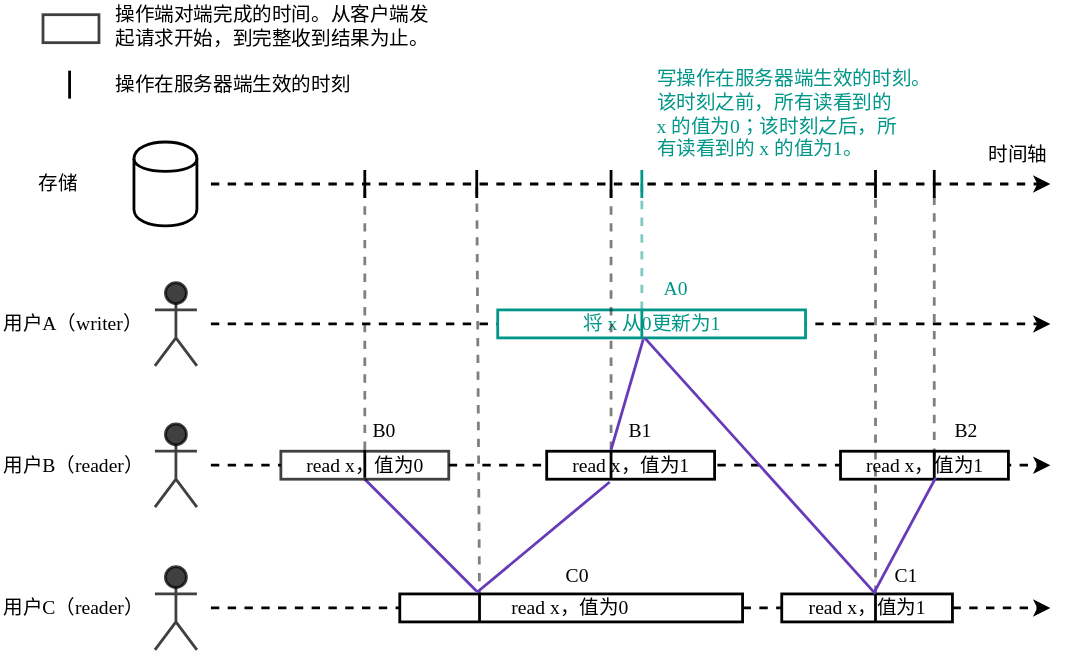
Before: images/linearizability/linearizability.svg, a diagram exported from draw.io (hryang/hryang.github.io). Source tidied: cells renumbered, new cells last; positions are measured from the earlier drawing's top-left corner, leaving out a move shared by most shapes.
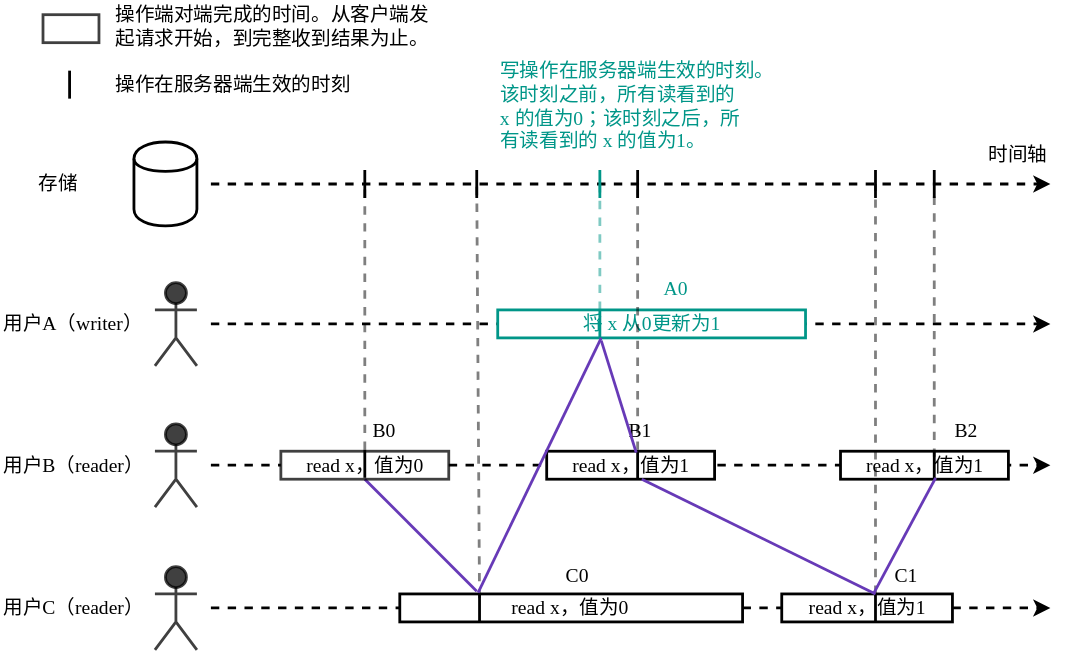
Above is the later version.

Change to the diagram source:
```diff
@@ -90,24 +90,24 @@
     </mxCell>
     <mxCell id="25" style="endArrow=none;html=1;strokeColor=#009688;strokeWidth=2;fontFamily=Helvetica;fontSize=14;fontColor=#FFFFFF;opacity=50;dashed=1;" parent="1" edge="1">
       <mxGeometry relative="1" as="geometry">
-        <mxPoint x="458" y="221" as="sourcePoint" />
-        <mxPoint x="458" y="131" as="targetPoint" />
+        <mxPoint x="428" y="221" as="sourcePoint" />
+        <mxPoint x="428" y="131" as="targetPoint" />
       </mxGeometry>
     </mxCell>
     <mxCell id="26" style="endArrow=none;html=1;strokeColor=#009688;strokeWidth=2;fontFamily=Helvetica;fontSize=14;fontColor=#FFFFFF;" parent="1" edge="1">
       <mxGeometry relative="1" as="geometry">
-        <mxPoint x="458" y="241" as="sourcePoint" />
-        <mxPoint x="458" y="221" as="targetPoint" />
+        <mxPoint x="428" y="241" as="sourcePoint" />
+        <mxPoint x="428" y="221" as="targetPoint" />
       </mxGeometry>
     </mxCell>
     <mxCell id="27" style="endArrow=none;html=1;strokeColor=#009688;strokeWidth=2;fontFamily=Helvetica;fontSize=14;fontColor=#FFFFFF;" parent="1" edge="1">
       <mxGeometry relative="1" as="geometry">
-        <mxPoint x="458" y="141" as="sourcePoint" />
-        <mxPoint x="458" y="121" as="targetPoint" />
+        <mxPoint x="428" y="141" as="sourcePoint" />
+        <mxPoint x="428" y="121" as="targetPoint" />
       </mxGeometry>
     </mxCell>
     <mxCell id="28" value="&lt;font color=&quot;#009688&quot;&gt;写操作在服务器端生效的时刻。&lt;/font&gt;&lt;div&gt;&lt;font color=&quot;#009688&quot;&gt;该时刻之前，所有读看到的&lt;/font&gt;&lt;/div&gt;&lt;div&gt;&lt;font color=&quot;#009688&quot;&gt;x 的值为0；该时刻之后，所&lt;/font&gt;&lt;/div&gt;&lt;div&gt;&lt;font color=&quot;#009688&quot;&gt;有读看到的 x 的值为1。&lt;/font&gt;&lt;/div&gt;" style="text;html=1;align=left;verticalAlign=top;spacingTop=-4;fontSize=14;fontFamily=Verdana;fontColor=#FF5722;" parent="1" vertex="1">
-      <mxGeometry x="467" y="46" width="210" height="70" as="geometry" />
+      <mxGeometry x="355" y="40" width="210" height="70" as="geometry" />
     </mxCell>
     <mxCell id="29" value="&lt;font color=&quot;#000000&quot;&gt;存储&lt;/font&gt;" style="text;html=1;align=left;verticalAlign=top;spacingTop=-4;fontSize=14;fontFamily=Verdana;fontColor=#FF5722;" parent="1" vertex="1">
       <mxGeometry x="25" y="121" width="40" height="20" as="geometry" />
@@ -147,20 +147,20 @@
     </mxCell>
     <mxCell id="37" style="endArrow=none;html=1;strokeColor=#000000;strokeWidth=2;fontFamily=Helvetica;fontSize=14;fontColor=#FFFFFF;" parent="1" edge="1">
       <mxGeometry relative="1" as="geometry">
-        <mxPoint x="436" y="342" as="sourcePoint" />
-        <mxPoint x="436" y="322" as="targetPoint" />
+        <mxPoint x="455" y="342" as="sourcePoint" />
+        <mxPoint x="455" y="322" as="targetPoint" />
       </mxGeometry>
     </mxCell>
     <mxCell id="38" style="endArrow=none;html=1;strokeColor=#000000;strokeWidth=2;fontFamily=Helvetica;fontSize=14;fontColor=#FFFFFF;opacity=50;dashed=1;" parent="1" edge="1">
       <mxGeometry relative="1" as="geometry">
-        <mxPoint x="436" y="321" as="sourcePoint" />
-        <mxPoint x="436" y="131" as="targetPoint" />
+        <mxPoint x="455" y="321" as="sourcePoint" />
+        <mxPoint x="455" y="131" as="targetPoint" />
       </mxGeometry>
     </mxCell>
     <mxCell id="39" style="endArrow=none;html=1;strokeColor=#000000;strokeWidth=2;fontFamily=Helvetica;fontSize=14;fontColor=#FFFFFF;" parent="1" edge="1">
       <mxGeometry relative="1" as="geometry">
-        <mxPoint x="436" y="141" as="sourcePoint" />
-        <mxPoint x="436" y="121" as="targetPoint" />
+        <mxPoint x="455" y="141" as="sourcePoint" />
+        <mxPoint x="455" y="121" as="targetPoint" />
       </mxGeometry>
     </mxCell>
     <mxCell id="40" style="endArrow=none;html=1;strokeColor=#000000;strokeWidth=2;fontFamily=Helvetica;fontSize=14;fontColor=#FFFFFF;" parent="1" edge="1">
@@ -231,20 +231,16 @@
     </mxCell>
     <mxCell id="54" style="edgeStyle=none;rounded=0;html=1;startArrow=none;startFill=0;endArrow=none;endFill=0;jettySize=auto;orthogonalLoop=1;strokeColor=#673AB7;strokeWidth=2;fontFamily=Verdana;fontSize=14;fontColor=#FF5722;" parent="1" edge="1">
       <mxGeometry relative="1" as="geometry">
-        <mxPoint x="435" y="344" as="sourcePoint" />
-        <mxPoint x="340" y="423" as="targetPoint" />
+        <mxPoint x="429" y="241" as="sourcePoint" />
+        <mxPoint x="341" y="423" as="targetPoint" />
       </mxGeometry>
     </mxCell>
-    <mxCell id="55" style="edgeStyle=none;rounded=0;html=1;startArrow=none;startFill=0;endArrow=none;endFill=0;jettySize=auto;orthogonalLoop=1;strokeColor=#673AB7;strokeWidth=2;fontFamily=Verdana;fontSize=14;fontColor=#FF5722;" parent="1" edge="1">
-      <mxGeometry relative="1" as="geometry">
-        <mxPoint x="436" y="321" as="sourcePoint" />
-        <mxPoint x="459" y="242" as="targetPoint" />
-      </mxGeometry>
+    <mxCell id="55" style="edgeStyle=none;rounded=0;html=1;startArrow=none;startFill=0;endArrow=none;endFill=0;jettySize=auto;strokeColor=#673AB7;strokeWidth=2;fontFamily=Verdana;fontSize=14;fontColor=#FF5722;entryX=0.336;entryY=1.1;entryPerimeter=0;exitX=0.233;exitY=1.3;exitPerimeter=0;" parent="1" edge="1" source="50" target="13">
+      <mxGeometry relative="1" as="geometry" />
     </mxCell>
-    <mxCell id="56" style="edgeStyle=none;rounded=0;html=1;startArrow=none;startFill=0;endArrow=none;endFill=0;jettySize=auto;orthogonalLoop=1;strokeColor=#673AB7;strokeWidth=2;fontFamily=Verdana;fontSize=14;fontColor=#FF5722;" parent="1" edge="1">
+    <mxCell id="56" style="edgeStyle=none;rounded=0;html=1;startArrow=none;startFill=0;endArrow=none;endFill=0;jettySize=auto;strokeColor=#673AB7;strokeWidth=2;fontFamily=Verdana;fontSize=14;fontColor=#FF5722;entryX=0.567;entryY=1;entryPerimeter=0;" parent="1" edge="1" target="16">
       <mxGeometry relative="1" as="geometry">
         <mxPoint x="625" y="424" as="sourcePoint" />
-        <mxPoint x="460" y="241" as="targetPoint" />
       </mxGeometry>
     </mxCell>
     <mxCell id="57" style="edgeStyle=none;rounded=0;html=1;startArrow=none;startFill=0;endArrow=none;endFill=0;jettySize=auto;orthogonalLoop=1;strokeColor=#673AB7;strokeWidth=2;fontFamily=Verdana;fontSize=14;fontColor=#FF5722;" parent="1" edge="1">
```
